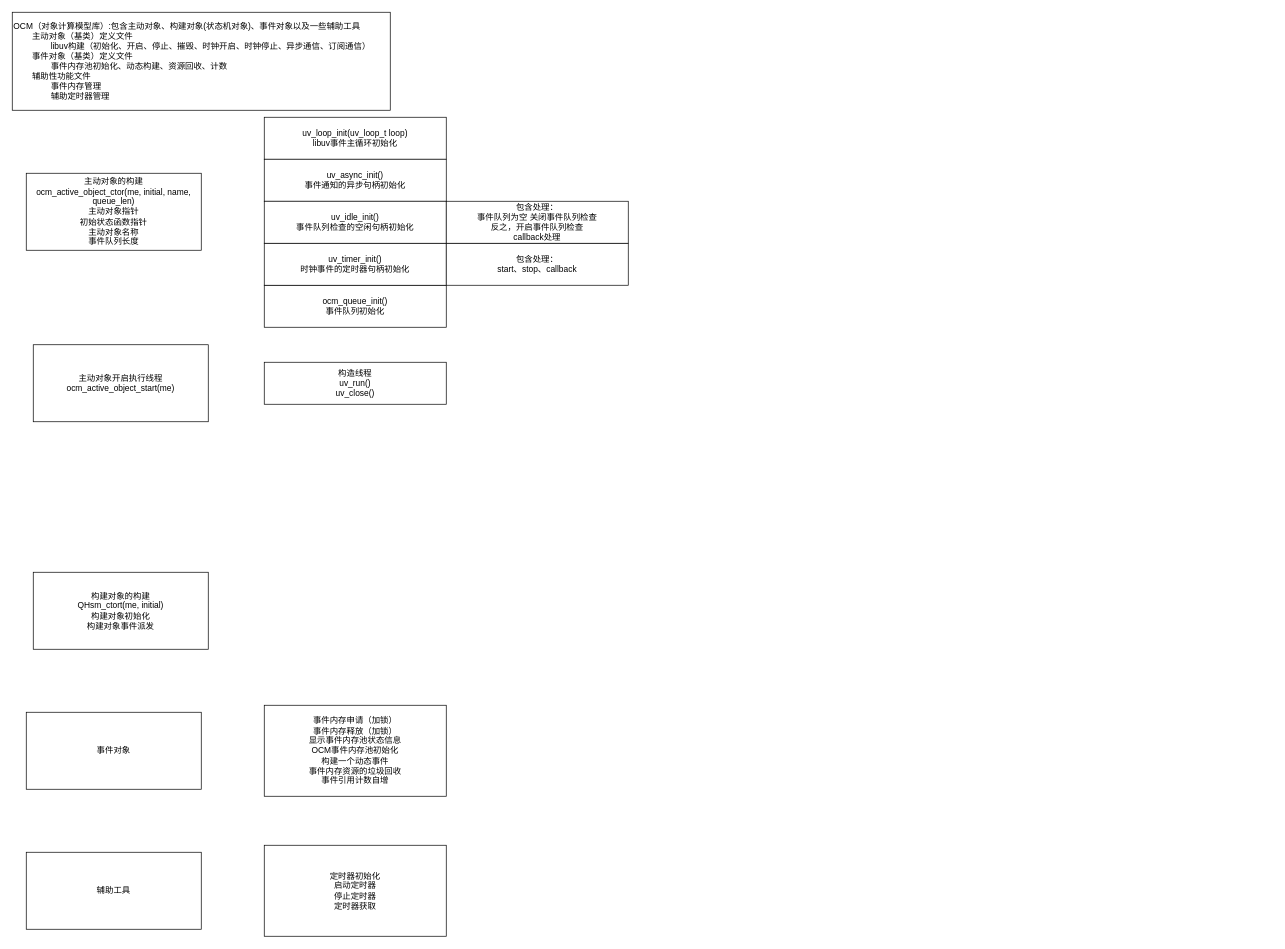
This is 未命名绘图.drawio from Sjunbin/pubulic_code, a draw.io file, before an edit. Source tidied: cells renumbered, new cells numbered last; positions are measured from the earlier drawing's top-left corner, leaving out a move shared by most shapes. Both pictures are drawn from the tidied source at 70%, with x=0, y=0 at pixel (12, 12).
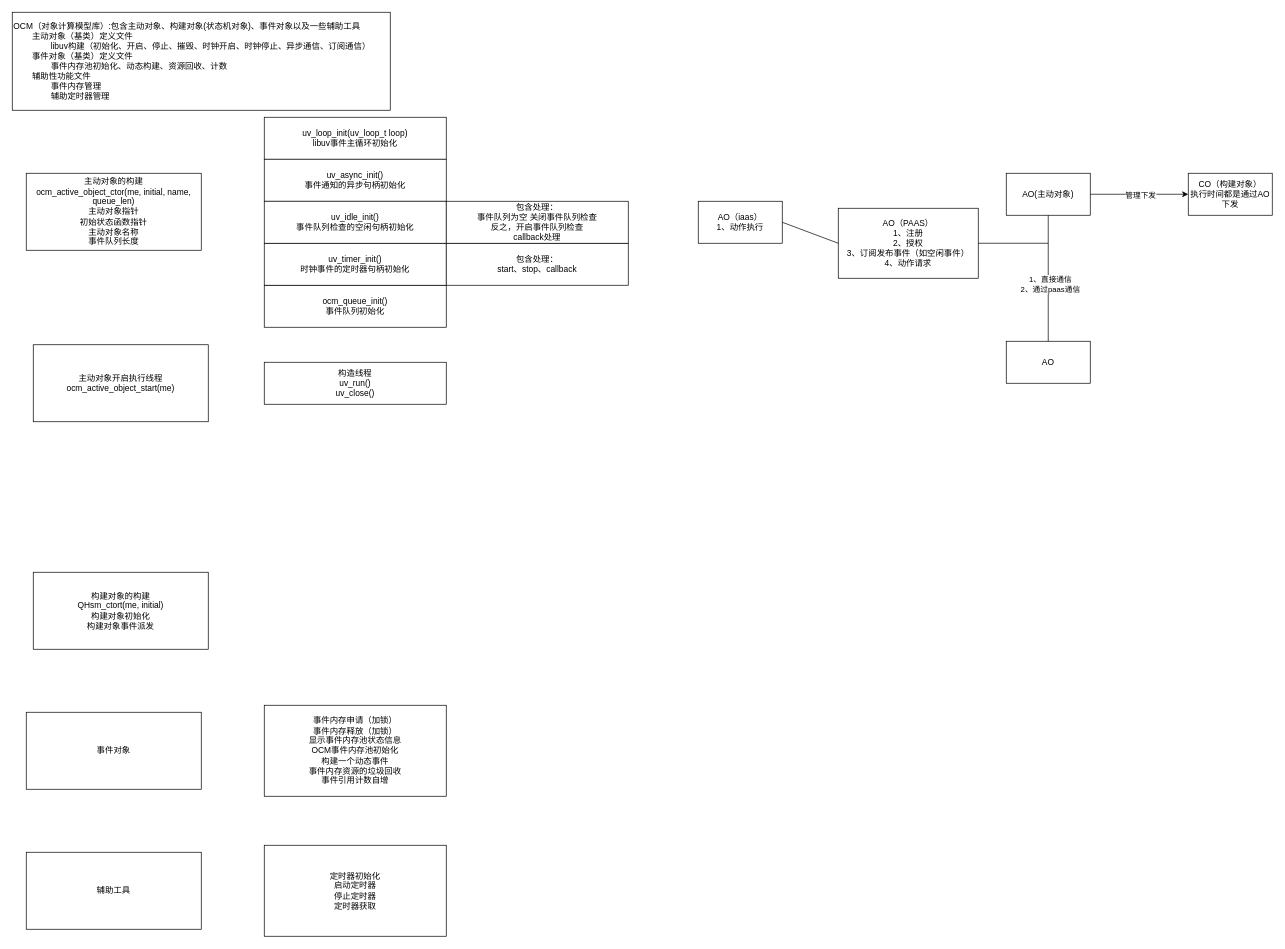
The same diagram, later.

Commit message:
更新未命名绘图.drawio

What changed in the source:
```diff
@@
+    <mxCell id="18" value="AO(主动对象)" style="rounded=0;whiteSpace=wrap;html=1;" parent="1" vertex="1">
+      <mxGeometry x="1420" y="230" width="120" height="60" as="geometry" />
+    </mxCell>
+    <mxCell id="19" value="CO（构建对象）&lt;br&gt;执行时间都是通过AO下发" style="rounded=0;whiteSpace=wrap;html=1;" parent="1" vertex="1">
+      <mxGeometry x="1680" y="230" width="120" height="60" as="geometry" />
+    </mxCell>
+    <mxCell id="20" style="endArrow=classic;html=1;rounded=0;exitX=1;exitY=0.5;exitDx=0;exitDy=0;entryX=0;entryY=0.5;entryDx=0;entryDy=0;" parent="1" edge="1" source="18" target="19">
+      <mxGeometry relative="1" as="geometry" />
+    </mxCell>
+    <mxCell id="21" value="管理下发" style="edgeLabel;html=1;align=center;verticalAlign=middle;" parent="20" vertex="1">
+      <mxGeometry x="0.02" y="-1" relative="1" as="geometry" />
+    </mxCell>
+    <mxCell id="22" value="AO" style="rounded=0;whiteSpace=wrap;html=1;" parent="1" vertex="1">
+      <mxGeometry x="1420" y="470" width="120" height="60" as="geometry" />
+    </mxCell>
+    <mxCell id="23" style="endArrow=none;html=1;rounded=0;entryX=0.5;entryY=1;entryDx=0;entryDy=0;exitX=0.5;exitY=0;exitDx=0;exitDy=0;" parent="1" edge="1" source="22" target="18">
+      <mxGeometry relative="1" as="geometry" />
+    </mxCell>
+    <mxCell id="24" value="1、直接通信&lt;br&gt;2、通过paas通信" style="edgeLabel;html=1;align=center;verticalAlign=middle;" parent="23" vertex="1">
+      <mxGeometry x="-0.09" y="-2" relative="1" as="geometry" />
+    </mxCell>
+    <mxCell id="25" value="AO（PAAS）&lt;br&gt;1、注册&lt;br&gt;2、授权&lt;br&gt;3、订阅发布事件（如空闲事件）&lt;br&gt;4、动作请求" style="rounded=0;whiteSpace=wrap;html=1;" parent="1" vertex="1">
+      <mxGeometry x="1180" y="280" width="200" height="100" as="geometry" />
+    </mxCell>
+    <mxCell id="26" style="endArrow=none;html=1;rounded=0;exitX=1;exitY=0.5;exitDx=0;exitDy=0;" parent="1" edge="1" source="25">
+      <mxGeometry relative="1" as="geometry">
+        <mxPoint x="1480" y="330" as="targetPoint" />
+      </mxGeometry>
+    </mxCell>
+    <mxCell id="27" value="AO（iaas）&lt;br&gt;1、动作执行" style="rounded=0;whiteSpace=wrap;html=1;" parent="1" vertex="1">
+      <mxGeometry x="980" y="270" width="120" height="60" as="geometry" />
+    </mxCell>
+    <mxCell id="28" style="endArrow=none;html=1;rounded=0;entryX=0;entryY=0.5;entryDx=0;entryDy=0;exitX=1;exitY=0.5;exitDx=0;exitDy=0;" parent="1" edge="1" source="27" target="25">
+      <mxGeometry relative="1" as="geometry" />
+    </mxCell>
```
